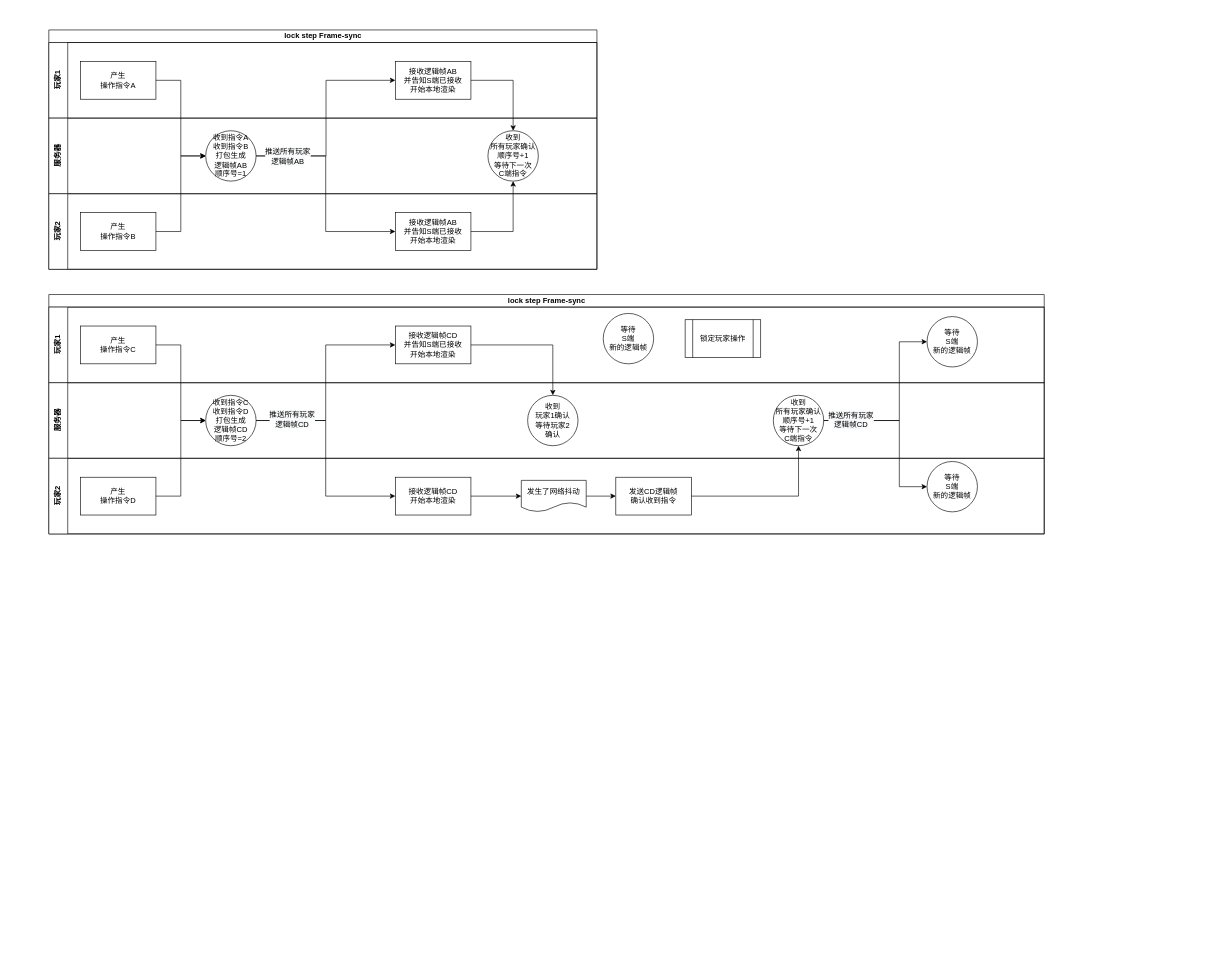
The draw.io diagram rsync_frame_lock_step.drawio in mqzhifu/drawpic, before the edit. Source tidied: cells renumbered, new cells numbered last; positions are measured from the earlier drawing's top-left corner, leaving out a move shared by most shapes. Both pictures are drawn from the tidied source at 63%, with x=0, y=0 at pixel (49, 30).
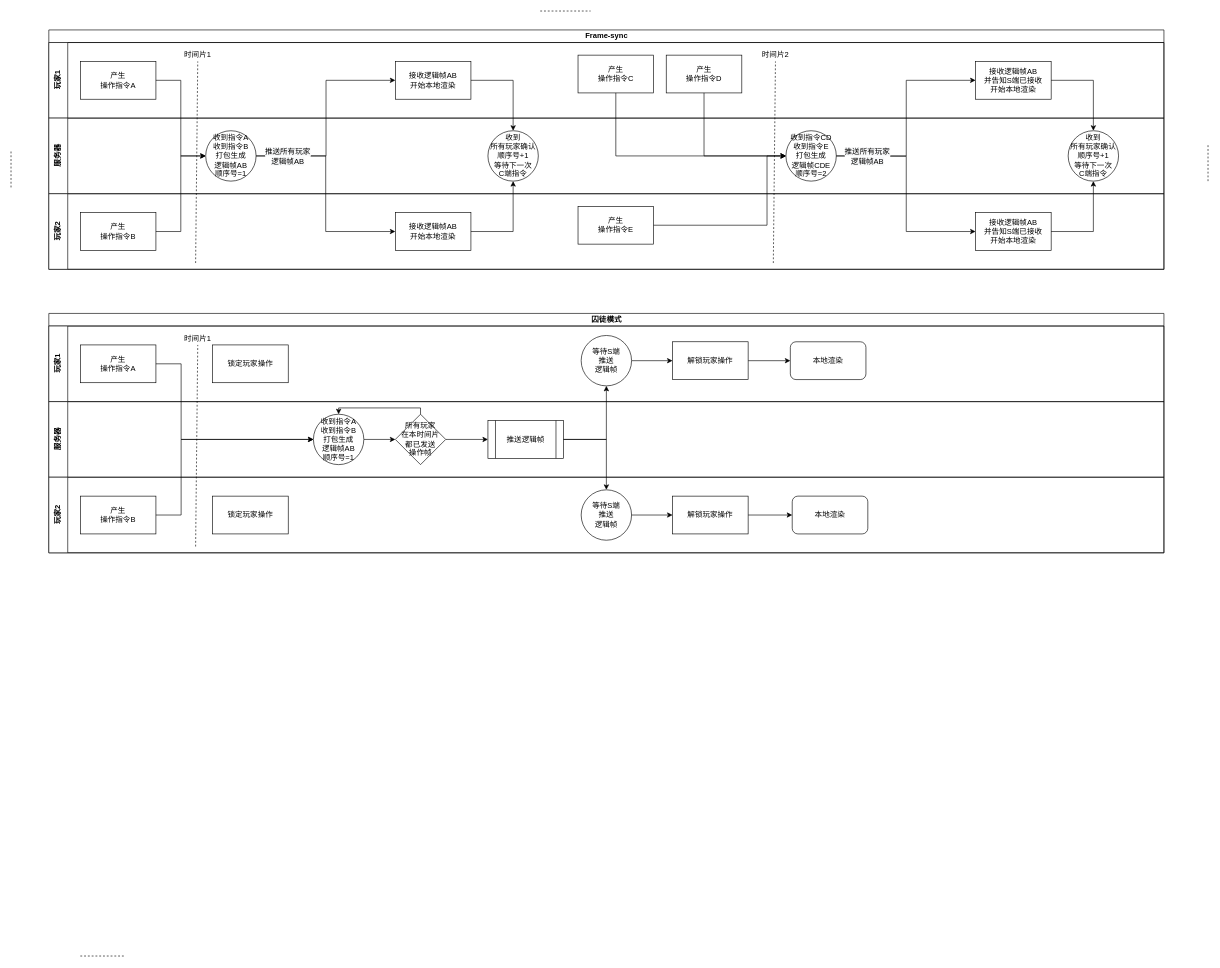
The same diagram, later.

Change to the diagram source:
```diff
@@
-    <mxCell id="2" value="lock step Frame-sync" style="swimlane;html=1;horizontal=1;startSize=20;" parent="1" vertex="1">
-      <mxGeometry width="870" height="380" as="geometry" />
+    <mxCell id="2" value="Frame-sync" style="swimlane;html=1;horizontal=1;startSize=20;" parent="1" vertex="1">
+      <mxGeometry width="1770" height="380" as="geometry" />
     </mxCell>
     <mxCell id="3" value="玩家1" style="swimlane;html=1;startSize=30;horizontal=0;" parent="2" vertex="1">
-      <mxGeometry y="20" width="870" height="120" as="geometry" />
+      <mxGeometry y="20" width="1770" height="120" as="geometry" />
     </mxCell>
@@
-    <mxCell id="5" value="接收逻辑帧AB&lt;br&gt;并告知S端已接收&lt;br&gt;开始本地渲染" style="rounded=0;whiteSpace=wrap;html=1;" parent="3" vertex="1">
+    <mxCell id="5" value="接收逻辑帧AB&lt;br&gt;开始本地渲染" style="rounded=0;whiteSpace=wrap;html=1;" parent="3" vertex="1">
       <mxGeometry x="550" y="30" width="120" height="60" as="geometry" />
     </mxCell>
+    <mxCell id="21" value="产生&lt;br&gt;操作指令C" style="rounded=0;whiteSpace=wrap;html=1;" parent="3" vertex="1">
+      <mxGeometry x="840" y="20" width="120" height="60" as="geometry" />
+    </mxCell>
+    <mxCell id="31" value="产生&lt;br&gt;操作指令D" style="rounded=0;whiteSpace=wrap;html=1;" parent="3" vertex="1">
+      <mxGeometry x="980" y="20" width="120" height="60" as="geometry" />
+    </mxCell>
+    <mxCell id="48" style="endArrow=none;dashed=1;html=1;" parent="3" edge="1" target="49">
+      <mxGeometry relative="1" as="geometry">
+        <mxPoint x="233" y="350" as="sourcePoint" />
+      </mxGeometry>
+    </mxCell>
+    <mxCell id="49" value="时间片1" style="text;html=1;strokeColor=none;fillColor=none;align=center;verticalAlign=middle;whiteSpace=wrap;rounded=0;" parent="3" vertex="1">
+      <mxGeometry x="213" y="10" width="47" height="20" as="geometry" />
+    </mxCell>
+    <mxCell id="50" style="endArrow=none;dashed=1;html=1;" parent="3" edge="1" target="51">
+      <mxGeometry relative="1" as="geometry">
+        <mxPoint x="1150" y="350" as="sourcePoint" />
+      </mxGeometry>
+    </mxCell>
+    <mxCell id="51" value="时间片2" style="text;html=1;strokeColor=none;fillColor=none;align=center;verticalAlign=middle;whiteSpace=wrap;rounded=0;" parent="3" vertex="1">
+      <mxGeometry x="1130" y="10" width="47" height="20" as="geometry" />
+    </mxCell>
     <mxCell id="6" value="服务器" style="swimlane;html=1;startSize=30;horizontal=0;" parent="2" vertex="1">
-      <mxGeometry y="140" width="870" height="120" as="geometry" />
+      <mxGeometry y="140" width="1770" height="120" as="geometry" />
     </mxCell>
@@
+    <mxCell id="52" value="收到指令CD&lt;br&gt;收到指令E&lt;br&gt;打包生成&lt;br&gt;逻辑帧CDE&lt;br&gt;顺序号=2" style="ellipse;whiteSpace=wrap;html=1;" parent="6" vertex="1">
+      <mxGeometry x="1170" y="20" width="80" height="80" as="geometry" />
+    </mxCell>
     <mxCell id="9" value="玩家2" style="swimlane;html=1;startSize=30;horizontal=0;" parent="2" vertex="1">
-      <mxGeometry y="260" width="870" height="120" as="geometry" />
+      <mxGeometry y="260" width="1770" height="120" as="geometry" />
     </mxCell>
@@
-    <mxCell id="11" value="接收逻辑帧AB&lt;br&gt;并告知S端已接收&lt;br&gt;开始本地渲染" style="rounded=0;whiteSpace=wrap;html=1;" parent="9" vertex="1">
+    <mxCell id="11" value="接收逻辑帧AB&lt;br&gt;开始本地渲染" style="rounded=0;whiteSpace=wrap;html=1;" parent="9" vertex="1">
       <mxGeometry x="550" y="30" width="120" height="60" as="geometry" />
     </mxCell>
+    <mxCell id="53" value="产生&lt;br&gt;操作指令E" style="rounded=0;whiteSpace=wrap;html=1;" parent="9" vertex="1">
+      <mxGeometry x="840" y="20" width="120" height="60" as="geometry" />
+    </mxCell>
@@
-    <mxCell id="19" value="lock step Frame-sync" style="swimlane;html=1;horizontal=1;startSize=20;" parent="1" vertex="1">
-      <mxGeometry y="420" width="1580" height="380" as="geometry" />
-    </mxCell>
+    <mxCell id="54" style="edgeStyle=orthogonalEdgeStyle;rounded=0;jettySize=auto;html=1;entryX=0;entryY=0.5;entryDx=0;entryDy=0;" parent="2" edge="1" source="31" target="52">
+      <mxGeometry relative="1" as="geometry">
+        <Array as="points">
+          <mxPoint x="1040" y="200" />
+        </Array>
+      </mxGeometry>
+    </mxCell>
+    <mxCell id="55" style="edgeStyle=orthogonalEdgeStyle;rounded=0;jettySize=auto;html=1;entryX=0;entryY=0.5;entryDx=0;entryDy=0;" parent="2" edge="1" source="21" target="52">
+      <mxGeometry relative="1" as="geometry">
+        <Array as="points">
+          <mxPoint x="900" y="200" />
+        </Array>
+      </mxGeometry>
+    </mxCell>
+    <mxCell id="56" style="edgeStyle=orthogonalEdgeStyle;rounded=0;jettySize=auto;html=1;entryX=0;entryY=0.5;entryDx=0;entryDy=0;" parent="2" edge="1" source="53" target="52">
+      <mxGeometry relative="1" as="geometry">
+        <Array as="points">
+          <mxPoint x="1140" y="310" />
+          <mxPoint x="1140" y="200" />
+        </Array>
+      </mxGeometry>
+    </mxCell>
+    <mxCell id="57" value="接收逻辑帧AB&lt;br&gt;并告知S端已接收&lt;br&gt;开始本地渲染" style="rounded=0;whiteSpace=wrap;html=1;" parent="1" vertex="1">
+      <mxGeometry x="1471" y="50" width="120" height="60" as="geometry" />
+    </mxCell>
+    <mxCell id="29" value="收到&lt;br&gt;所有玩家确认&lt;br&gt;顺序号+1&lt;br&gt;等待下一次&lt;br&gt;C端指令" style="ellipse;whiteSpace=wrap;html=1;" parent="1" vertex="1">
+      <mxGeometry x="1618" y="160" width="80" height="80" as="geometry" />
+    </mxCell>
+    <mxCell id="58" value="接收逻辑帧AB&lt;br&gt;并告知S端已接收&lt;br&gt;开始本地渲染" style="rounded=0;whiteSpace=wrap;html=1;" parent="1" vertex="1">
+      <mxGeometry x="1471" y="290" width="120" height="60" as="geometry" />
+    </mxCell>
+    <mxCell id="59" style="edgeStyle=orthogonalEdgeStyle;rounded=0;jettySize=auto;html=1;entryX=0;entryY=0.5;entryDx=0;entryDy=0;exitX=1;exitY=0.5;exitDx=0;exitDy=0;" parent="1" edge="1" target="57">
+      <mxGeometry relative="1" as="geometry">
+        <mxPoint x="1250" y="200" as="sourcePoint" />
+        <Array as="points">
+          <mxPoint x="1361" y="200" />
+          <mxPoint x="1361" y="80" />
+        </Array>
+      </mxGeometry>
+    </mxCell>
+    <mxCell id="60" style="edgeStyle=orthogonalEdgeStyle;rounded=0;jettySize=auto;html=1;entryX=0;entryY=0.5;entryDx=0;entryDy=0;exitX=1;exitY=0.5;exitDx=0;exitDy=0;" parent="1" edge="1" target="58">
+      <mxGeometry relative="1" as="geometry">
+        <mxPoint x="1250" y="200" as="sourcePoint" />
+      </mxGeometry>
+    </mxCell>
+    <mxCell id="61" value="&lt;span style=&quot;font-size: 12px ; background-color: rgb(248 , 249 , 250)&quot;&gt;推送所有玩家&lt;/span&gt;&lt;br style=&quot;font-size: 12px ; background-color: rgb(248 , 249 , 250)&quot;&gt;&lt;span style=&quot;font-size: 12px ; background-color: rgb(248 , 249 , 250)&quot;&gt;逻辑帧AB&lt;/span&gt;" style="edgeLabel;html=1;align=center;verticalAlign=middle;" parent="60" vertex="1">
+      <mxGeometry x="-0.71" relative="1" as="geometry" />
+    </mxCell>
+    <mxCell id="62" style="edgeStyle=orthogonalEdgeStyle;rounded=0;jettySize=auto;html=1;" parent="1" edge="1" source="57" target="29">
+      <mxGeometry relative="1" as="geometry" />
+    </mxCell>
+    <mxCell id="63" style="edgeStyle=orthogonalEdgeStyle;rounded=0;jettySize=auto;html=1;entryX=0.5;entryY=1;entryDx=0;entryDy=0;" parent="1" edge="1" source="58" target="29">
+      <mxGeometry relative="1" as="geometry" />
+    </mxCell>
+    <mxCell id="64" style="endArrow=none;dashed=1;html=1;" parent="1" edge="1">
+      <mxGeometry relative="1" as="geometry">
+        <mxPoint x="780" y="-30" as="sourcePoint" />
+        <mxPoint x="860" y="-30" as="targetPoint" />
+      </mxGeometry>
+    </mxCell>
+    <mxCell id="65" style="endArrow=none;dashed=1;html=1;" parent="1" edge="1">
+      <mxGeometry relative="1" as="geometry">
+        <mxPoint x="-60" y="250" as="sourcePoint" />
+        <mxPoint x="-60" y="190" as="targetPoint" />
+      </mxGeometry>
+    </mxCell>
+    <mxCell id="66" style="endArrow=none;dashed=1;html=1;" parent="1" edge="1">
+      <mxGeometry relative="1" as="geometry">
+        <mxPoint x="1840" y="240" as="sourcePoint" />
+        <mxPoint x="1840" y="180" as="targetPoint" />
+      </mxGeometry>
+    </mxCell>
+    <mxCell id="67" style="endArrow=none;dashed=1;html=1;" parent="1" edge="1">
+      <mxGeometry relative="1" as="geometry">
+        <mxPoint x="50" y="1470" as="sourcePoint" />
+        <mxPoint x="120" y="1470" as="targetPoint" />
+      </mxGeometry>
+    </mxCell>
+    <mxCell id="68" value="囚徒模式" style="swimlane;html=1;horizontal=1;startSize=20;" parent="1" vertex="1">
+      <mxGeometry y="450" width="1770" height="380" as="geometry" />
+    </mxCell>
-    <mxCell id="20" value="玩家1" style="swimlane;html=1;startSize=30;horizontal=0;" parent="19" vertex="1">
-      <mxGeometry y="20" width="1580" height="120" as="geometry" />
+    <mxCell id="20" value="玩家1" style="swimlane;html=1;startSize=30;horizontal=0;" parent="68" vertex="1">
+      <mxGeometry y="20" width="1770" height="120" as="geometry" />
     </mxCell>
-    <mxCell id="21" value="产生&lt;br&gt;操作指令C" style="rounded=0;whiteSpace=wrap;html=1;" parent="20" vertex="1">
-      <mxGeometry x="50" y="30" width="120" height="60" as="geometry" />
-    </mxCell>
-    <mxCell id="22" value="接收逻辑帧CD&lt;br&gt;并告知S端已接收&lt;br&gt;开始本地渲染" style="rounded=0;whiteSpace=wrap;html=1;" parent="20" vertex="1">
-      <mxGeometry x="550" y="30" width="120" height="60" as="geometry" />
-    </mxCell>
-    <mxCell id="23" value="等待&lt;br&gt;S端&lt;br&gt;新的逻辑帧" style="ellipse;whiteSpace=wrap;html=1;" parent="20" vertex="1">
-      <mxGeometry x="880" y="10" width="80" height="80" as="geometry" />
-    </mxCell>
-    <mxCell id="24" value="锁定玩家操作" style="shape=process;whiteSpace=wrap;html=1;backgroundOutline=1;" parent="20" vertex="1">
-      <mxGeometry x="1010" y="20" width="120" height="60" as="geometry" />
-    </mxCell>
-    <mxCell id="25" value="等待&lt;br&gt;S端&lt;br&gt;新的逻辑帧" style="ellipse;whiteSpace=wrap;html=1;" parent="20" vertex="1">
-      <mxGeometry x="1394" y="15" width="80" height="80" as="geometry" />
-    </mxCell>
+    <mxCell id="69" value="产生&lt;br&gt;操作指令A" style="rounded=0;whiteSpace=wrap;html=1;" parent="20" vertex="1">
+      <mxGeometry x="50" y="30" width="120" height="60" as="geometry" />
+    </mxCell>
+    <mxCell id="70" style="endArrow=none;dashed=1;html=1;" parent="20" edge="1" target="71">
+      <mxGeometry relative="1" as="geometry">
+        <mxPoint x="233" y="350" as="sourcePoint" />
+      </mxGeometry>
+    </mxCell>
+    <mxCell id="71" value="时间片1" style="text;html=1;strokeColor=none;fillColor=none;align=center;verticalAlign=middle;whiteSpace=wrap;rounded=0;" parent="20" vertex="1">
+      <mxGeometry x="213" y="10" width="47" height="20" as="geometry" />
+    </mxCell>
+    <mxCell id="72" value="锁定玩家操作" style="rounded=0;whiteSpace=wrap;html=1;" parent="20" vertex="1">
+      <mxGeometry x="260" y="30" width="120" height="60" as="geometry" />
+    </mxCell>
+    <mxCell id="73" style="edgeStyle=orthogonalEdgeStyle;rounded=0;jettySize=auto;html=1;entryX=0;entryY=0.5;entryDx=0;entryDy=0;" parent="20" edge="1" source="74" target="76">
+      <mxGeometry relative="1" as="geometry" />
+    </mxCell>
+    <mxCell id="74" value="等待S端&lt;br&gt;推送&lt;br&gt;逻辑帧" style="ellipse;whiteSpace=wrap;html=1;" parent="20" vertex="1">
+      <mxGeometry x="845" y="15" width="80" height="80" as="geometry" />
+    </mxCell>
+    <mxCell id="75" style="edgeStyle=orthogonalEdgeStyle;rounded=0;jettySize=auto;html=1;entryX=0;entryY=0.5;entryDx=0;entryDy=0;" parent="20" edge="1" source="76" target="77">
+      <mxGeometry relative="1" as="geometry" />
+    </mxCell>
+    <mxCell id="76" value="解锁玩家操作" style="rounded=0;whiteSpace=wrap;html=1;" parent="20" vertex="1">
+      <mxGeometry x="990" y="25" width="120" height="60" as="geometry" />
+    </mxCell>
+    <mxCell id="77" value="本地渲染" style="rounded=1;whiteSpace=wrap;html=1;" parent="20" vertex="1">
+      <mxGeometry x="1177" y="25" width="120" height="60" as="geometry" />
+    </mxCell>
-    <mxCell id="26" value="服务器" style="swimlane;html=1;startSize=30;horizontal=0;" parent="19" vertex="1">
-      <mxGeometry y="140" width="1580" height="120" as="geometry" />
+    <mxCell id="26" value="服务器" style="swimlane;html=1;startSize=30;horizontal=0;" parent="68" vertex="1">
+      <mxGeometry y="140" width="1770" height="120" as="geometry" />
     </mxCell>
-    <mxCell id="27" value="收到指令C&lt;br&gt;收到指令D&lt;br&gt;打包生成&lt;br&gt;逻辑帧CD&lt;br&gt;顺序号=2" style="ellipse;whiteSpace=wrap;html=1;" parent="26" vertex="1">
-      <mxGeometry x="249" y="20" width="80" height="80" as="geometry" />
-    </mxCell>
-    <mxCell id="28" value="收到&lt;br&gt;玩家1确认&lt;br&gt;等待玩家2&lt;br&gt;确认" style="ellipse;whiteSpace=wrap;html=1;" parent="26" vertex="1">
-      <mxGeometry x="760" y="20" width="80" height="80" as="geometry" />
-    </mxCell>
-    <mxCell id="29" value="收到&lt;br&gt;所有玩家确认&lt;br&gt;顺序号+1&lt;br&gt;等待下一次&lt;br&gt;C端指令" style="ellipse;whiteSpace=wrap;html=1;" parent="26" vertex="1">
-      <mxGeometry x="1150" y="20" width="80" height="80" as="geometry" />
-    </mxCell>
+    <mxCell id="78" style="edgeStyle=orthogonalEdgeStyle;rounded=0;jettySize=auto;html=1;" parent="26" edge="1" source="79" target="82">
+      <mxGeometry relative="1" as="geometry" />
+    </mxCell>
+    <mxCell id="79" value="收到指令A&lt;br&gt;收到指令B&lt;br&gt;打包生成&lt;br&gt;逻辑帧AB&lt;br&gt;顺序号=1" style="ellipse;whiteSpace=wrap;html=1;" parent="26" vertex="1">
+      <mxGeometry x="420" y="20" width="80" height="80" as="geometry" />
+    </mxCell>
+    <mxCell id="80" style="edgeStyle=orthogonalEdgeStyle;rounded=0;jettySize=auto;html=1;" parent="26" edge="1" source="82" target="83">
+      <mxGeometry relative="1" as="geometry" />
+    </mxCell>
+    <mxCell id="81" style="edgeStyle=orthogonalEdgeStyle;rounded=0;jettySize=auto;html=1;entryX=0.5;entryY=0;entryDx=0;entryDy=0;" parent="26" edge="1" source="82" target="79">
+      <mxGeometry relative="1" as="geometry">
+        <Array as="points">
+          <mxPoint x="590" y="10" />
+          <mxPoint x="460" y="10" />
+        </Array>
+      </mxGeometry>
+    </mxCell>
+    <mxCell id="82" value="所有玩家&lt;br&gt;在本时间片&lt;br&gt;都已发送&lt;br&gt;操作帧" style="rhombus;whiteSpace=wrap;html=1;" parent="26" vertex="1">
+      <mxGeometry x="550" y="20" width="80" height="80" as="geometry" />
+    </mxCell>
+    <mxCell id="83" value="推送逻辑帧" style="shape=process;whiteSpace=wrap;html=1;backgroundOutline=1;" parent="26" vertex="1">
+      <mxGeometry x="697" y="30" width="120" height="60" as="geometry" />
+    </mxCell>
-    <mxCell id="30" value="玩家2" style="swimlane;html=1;startSize=30;horizontal=0;" parent="19" vertex="1">
-      <mxGeometry y="260" width="1580" height="120" as="geometry" />
+    <mxCell id="30" value="玩家2" style="swimlane;html=1;startSize=30;horizontal=0;" parent="68" vertex="1">
+      <mxGeometry y="260" width="1770" height="120" as="geometry" />
     </mxCell>
-    <mxCell id="31" value="产生&lt;br&gt;操作指令D" style="rounded=0;whiteSpace=wrap;html=1;" parent="30" vertex="1">
-      <mxGeometry x="50" y="30" width="120" height="60" as="geometry" />
-    </mxCell>
-    <mxCell id="32" style="edgeStyle=orthogonalEdgeStyle;rounded=0;jettySize=auto;html=1;entryX=0;entryY=0.5;entryDx=0;entryDy=0;" parent="30" edge="1" source="33" target="35">
-      <mxGeometry relative="1" as="geometry" />
-    </mxCell>
-    <mxCell id="33" value="接收逻辑帧CD&lt;br&gt;开始本地渲染" style="rounded=0;whiteSpace=wrap;html=1;" parent="30" vertex="1">
-      <mxGeometry x="550" y="30" width="120" height="60" as="geometry" />
-    </mxCell>
-    <mxCell id="34" style="edgeStyle=orthogonalEdgeStyle;rounded=0;jettySize=auto;html=1;entryX=0;entryY=0.5;entryDx=0;entryDy=0;" parent="30" edge="1" source="35" target="36">
-      <mxGeometry relative="1" as="geometry" />
-    </mxCell>
-    <mxCell id="35" value="&lt;span&gt;发生了网络抖动&lt;/span&gt;" style="shape=document;whiteSpace=wrap;html=1;boundedLbl=1;" parent="30" vertex="1">
-      <mxGeometry x="750" y="35" width="103" height="50" as="geometry" />
-    </mxCell>
-    <mxCell id="36" value="发送CD逻辑帧&lt;br&gt;确认收到指令" style="rounded=0;whiteSpace=wrap;html=1;" parent="30" vertex="1">
-      <mxGeometry x="900" y="30" width="120" height="60" as="geometry" />
-    </mxCell>
-    <mxCell id="37" value="等待&lt;br&gt;S端&lt;br&gt;新的逻辑帧" style="ellipse;whiteSpace=wrap;html=1;" parent="30" vertex="1">
-      <mxGeometry x="1394" y="5" width="80" height="80" as="geometry" />
-    </mxCell>
-    <mxCell id="38" style="edgeStyle=orthogonalEdgeStyle;rounded=0;jettySize=auto;html=1;entryX=0;entryY=0.5;entryDx=0;entryDy=0;" parent="19" edge="1" source="21" target="27">
-      <mxGeometry relative="1" as="geometry" />
-    </mxCell>
-    <mxCell id="39" style="edgeStyle=orthogonalEdgeStyle;rounded=0;jettySize=auto;html=1;entryX=0;entryY=0.5;entryDx=0;entryDy=0;" parent="19" edge="1" source="31" target="27">
-      <mxGeometry relative="1" as="geometry" />
-    </mxCell>
-    <mxCell id="40" style="edgeStyle=orthogonalEdgeStyle;rounded=0;jettySize=auto;html=1;entryX=0;entryY=0.5;entryDx=0;entryDy=0;exitX=1;exitY=0.5;exitDx=0;exitDy=0;" parent="19" edge="1" source="27" target="22">
-      <mxGeometry relative="1" as="geometry" />
-    </mxCell>
-    <mxCell id="41" style="edgeStyle=orthogonalEdgeStyle;rounded=0;jettySize=auto;html=1;entryX=0;entryY=0.5;entryDx=0;entryDy=0;exitX=1;exitY=0.5;exitDx=0;exitDy=0;" parent="19" edge="1" source="27" target="33">
-      <mxGeometry relative="1" as="geometry" />
-    </mxCell>
-    <mxCell id="42" value="&lt;span style=&quot;font-size: 12px ; background-color: rgb(248 , 249 , 250)&quot;&gt;推送所有玩家&lt;/span&gt;&lt;br style=&quot;font-size: 12px ; background-color: rgb(248 , 249 , 250)&quot;&gt;&lt;span style=&quot;font-size: 12px ; background-color: rgb(248 , 249 , 250)&quot;&gt;逻辑帧CD&lt;/span&gt;" style="edgeLabel;html=1;align=center;verticalAlign=middle;" parent="41" vertex="1">
-      <mxGeometry x="-0.67" y="3" relative="1" as="geometry" />
-    </mxCell>
-    <mxCell id="43" style="edgeStyle=orthogonalEdgeStyle;rounded=0;jettySize=auto;html=1;" parent="19" edge="1" source="22" target="28">
-      <mxGeometry relative="1" as="geometry" />
-    </mxCell>
-    <mxCell id="44" style="edgeStyle=orthogonalEdgeStyle;rounded=0;jettySize=auto;html=1;entryX=0.5;entryY=1;entryDx=0;entryDy=0;" parent="19" edge="1" source="36" target="29">
-      <mxGeometry relative="1" as="geometry" />
-    </mxCell>
-    <mxCell id="45" style="edgeStyle=orthogonalEdgeStyle;rounded=0;jettySize=auto;html=1;entryX=0;entryY=0.5;entryDx=0;entryDy=0;" parent="19" edge="1" source="29" target="25">
-      <mxGeometry relative="1" as="geometry">
-        <Array as="points">
-          <mxPoint x="1350" y="200" />
-          <mxPoint x="1350" y="75" />
-        </Array>
-      </mxGeometry>
-    </mxCell>
-    <mxCell id="46" style="edgeStyle=orthogonalEdgeStyle;rounded=0;jettySize=auto;html=1;entryX=0;entryY=0.5;entryDx=0;entryDy=0;" parent="19" edge="1" source="29" target="37">
-      <mxGeometry relative="1" as="geometry">
-        <Array as="points">
-          <mxPoint x="1350" y="200" />
-          <mxPoint x="1350" y="305" />
-        </Array>
-      </mxGeometry>
-    </mxCell>
-    <mxCell id="47" value="&lt;span style=&quot;font-size: 12px ; background-color: rgb(248 , 249 , 250)&quot;&gt;推送所有玩家&lt;/span&gt;&lt;br style=&quot;font-size: 12px ; background-color: rgb(248 , 249 , 250)&quot;&gt;&lt;span style=&quot;font-size: 12px ; background-color: rgb(248 , 249 , 250)&quot;&gt;逻辑帧CD&lt;/span&gt;" style="edgeLabel;html=1;align=center;verticalAlign=middle;" parent="46" vertex="1">
-      <mxGeometry x="-0.69" y="2" relative="1" as="geometry" />
-    </mxCell>
+    <mxCell id="84" value="产生&lt;br&gt;操作指令B" style="rounded=0;whiteSpace=wrap;html=1;" parent="30" vertex="1">
+      <mxGeometry x="50" y="30" width="120" height="60" as="geometry" />
+    </mxCell>
+    <mxCell id="85" value="锁定玩家操作" style="rounded=0;whiteSpace=wrap;html=1;" parent="30" vertex="1">
+      <mxGeometry x="260" y="30" width="120" height="60" as="geometry" />
+    </mxCell>
+    <mxCell id="86" style="edgeStyle=orthogonalEdgeStyle;rounded=0;jettySize=auto;html=1;entryX=0;entryY=0.5;entryDx=0;entryDy=0;" parent="30" edge="1" source="87" target="89">
+      <mxGeometry relative="1" as="geometry" />
+    </mxCell>
+    <mxCell id="87" value="等待S端&lt;br&gt;推送&lt;br&gt;逻辑帧" style="ellipse;whiteSpace=wrap;html=1;" parent="30" vertex="1">
+      <mxGeometry x="845" y="20" width="80" height="80" as="geometry" />
+    </mxCell>
+    <mxCell id="88" style="edgeStyle=orthogonalEdgeStyle;rounded=0;jettySize=auto;html=1;entryX=0;entryY=0.5;entryDx=0;entryDy=0;" parent="30" edge="1" source="89" target="90">
+      <mxGeometry relative="1" as="geometry" />
+    </mxCell>
+    <mxCell id="89" value="解锁玩家操作" style="rounded=0;whiteSpace=wrap;html=1;" parent="30" vertex="1">
+      <mxGeometry x="990" y="30" width="120" height="60" as="geometry" />
+    </mxCell>
+    <mxCell id="90" value="本地渲染" style="rounded=1;whiteSpace=wrap;html=1;" parent="30" vertex="1">
+      <mxGeometry x="1180" y="30" width="120" height="60" as="geometry" />
+    </mxCell>
+    <mxCell id="91" style="edgeStyle=orthogonalEdgeStyle;rounded=0;jettySize=auto;html=1;entryX=0;entryY=0.5;entryDx=0;entryDy=0;" parent="68" edge="1" source="69" target="79">
+      <mxGeometry relative="1" as="geometry">
+        <Array as="points">
+          <mxPoint x="210" y="80" />
+          <mxPoint x="210" y="200" />
+        </Array>
+      </mxGeometry>
+    </mxCell>
+    <mxCell id="92" style="edgeStyle=orthogonalEdgeStyle;rounded=0;jettySize=auto;html=1;entryX=0;entryY=0.5;entryDx=0;entryDy=0;" parent="68" edge="1" source="84" target="79">
+      <mxGeometry relative="1" as="geometry">
+        <Array as="points">
+          <mxPoint x="210" y="320" />
+          <mxPoint x="210" y="200" />
+        </Array>
+      </mxGeometry>
+    </mxCell>
+    <mxCell id="93" style="edgeStyle=orthogonalEdgeStyle;rounded=0;jettySize=auto;html=1;" parent="68" edge="1" source="83" target="74">
+      <mxGeometry relative="1" as="geometry" />
+    </mxCell>
+    <mxCell id="94" style="edgeStyle=orthogonalEdgeStyle;rounded=0;jettySize=auto;html=1;entryX=0.5;entryY=0;entryDx=0;entryDy=0;" parent="68" edge="1" source="83" target="87">
+      <mxGeometry relative="1" as="geometry" />
+    </mxCell>
```
